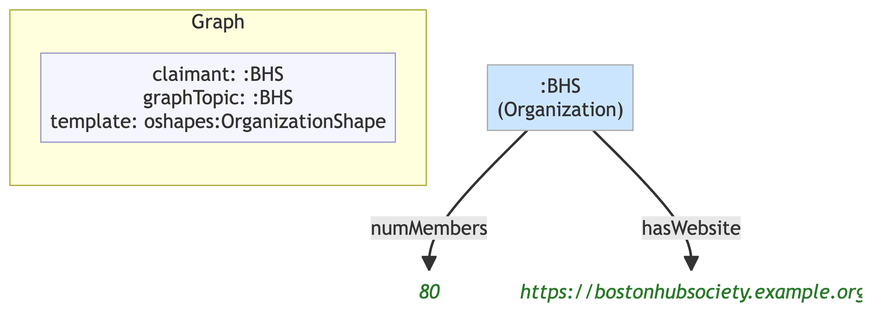
This is example/graphs/images/graph-92.png from MeeFoundation/mia-ontologies, a Mermaid export, as it was before one commit. Its source is kept beside it as example/graphs/images/graph-92.mmd.
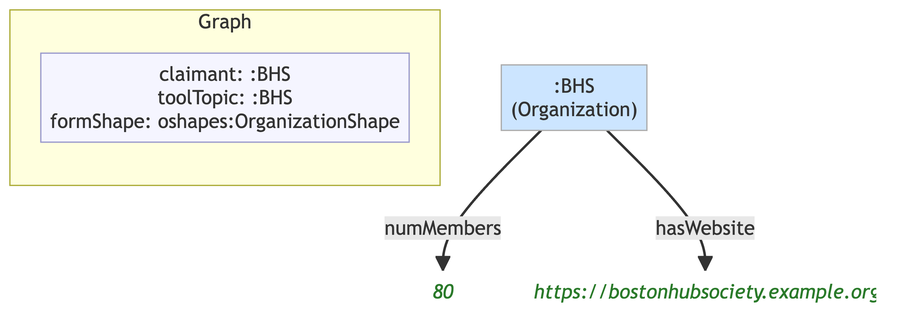
Above is the later version.

Diff of the diagram source:
```diff
@@ -7,12 +7,12 @@
 
     subgraph ctx["Graph"]
         direction LR
-        ctx_meta["claimant: :BHS\ngraphTopic: :BHS\ntemplate: oshapes:OrganizationShape"]:::meta
+        ctx_meta["claimant: :BHS\ntoolTopic: :BHS\nformShape: oshapes:OrganizationShape"]:::meta
     end
 
-    n0644db9ef116[":BHS\n(Organization)"]:::org
-    nf8befe7cf64a("80"):::lit
-    n2ee2b41d4b64("https://bostonhubsociety.example.org"):::lit
+    n8eb8cf796f42[":BHS\n(Organization)"]:::org
+    n24ef17d1a331("80"):::lit
+    n5a8eccd9442d("https://bostonhubsociety.example.org"):::lit
 
-    n0644db9ef116 -->|"numMembers"| nf8befe7cf64a
-    n0644db9ef116 -->|"hasWebsite"| n2ee2b41d4b64
+    n8eb8cf796f42 -->|"numMembers"| n24ef17d1a331
+    n8eb8cf796f42 -->|"hasWebsite"| n5a8eccd9442d
```
